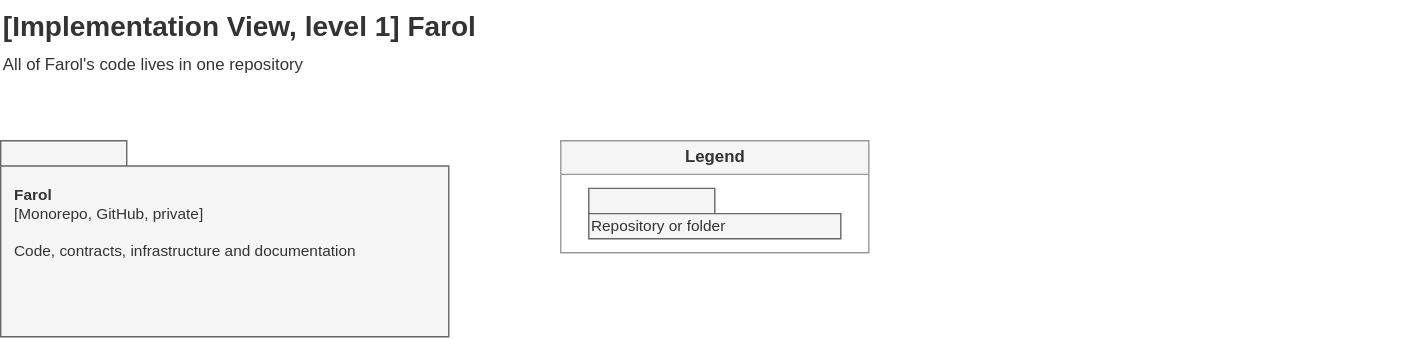
Before: Docs/Technical/diagrams/implementation-view-level-1.drawio.svg, a diagram exported from draw.io (tomasoliveira21/LABDSOF). Source tidied: cells renumbered, new cells last; positions are measured from the earlier drawing's top-left corner, leaving out a move shared by most shapes.
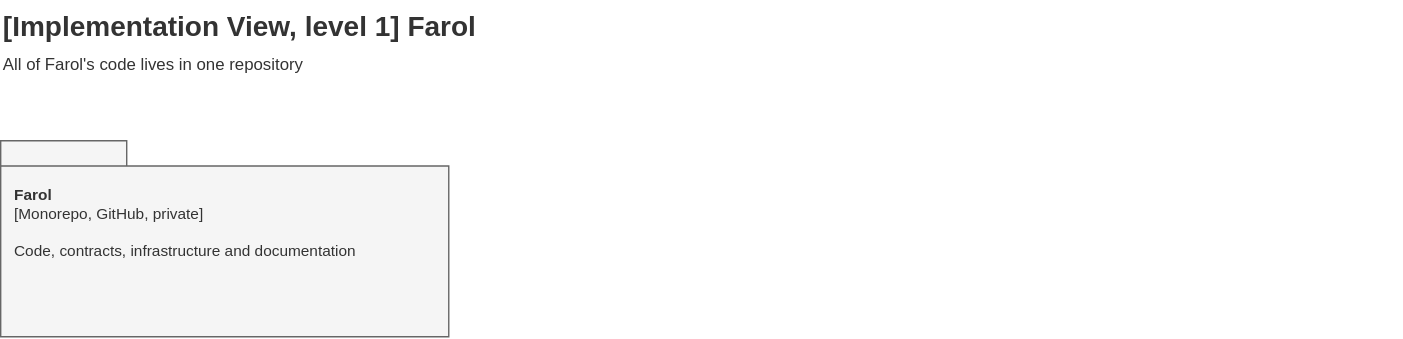
The same file after the commit.

The edit, as a diff of the source:
```diff
@@ -8,11 +8,5 @@
     <mxCell id="3" value="&lt;b&gt;Farol&lt;/b&gt;&lt;br&gt;[Monorepo, GitHub, private]&lt;br&gt;&lt;br&gt;Code, contracts, infrastructure and documentation" style="shape=folder;tabWidth=90;tabHeight=18;tabPosition=left;whiteSpace=wrap;html=1;fillColor=#f5f5f5;strokeColor=#666666;fontColor=#333333;verticalAlign=top;align=left;spacing=10;spacingTop=18;fontSize=11;" parent="1" vertex="1">
       <mxGeometry y="100" width="320" height="140" as="geometry" />
     </mxCell>
-    <mxCell id="4" value="&lt;b&gt;Legend&lt;/b&gt;" style="swimlane;startSize=24;html=1;fontSize=12;fillColor=#f5f5f5;strokeColor=#999999;fontColor=#333333;" parent="1" vertex="1">
-      <mxGeometry x="400" y="100" width="220" height="80" as="geometry" />
-    </mxCell>
-    <mxCell id="5" value="Repository or folder" style="shape=folder;tabWidth=90;tabHeight=18;tabPosition=left;whiteSpace=wrap;html=1;fillColor=#f5f5f5;strokeColor=#666666;fontColor=#333333;verticalAlign=top;align=left;spacing=10;spacingTop=18;fontSize=11;verticalAlign=middle;spacingTop=0;spacing=2;verticalAlign=bottom;spacingBottom=0;" parent="4" vertex="1">
-      <mxGeometry x="20" y="34" width="180" height="36" as="geometry" />
-    </mxCell>
   </root>
 </mxGraphModel>
```
